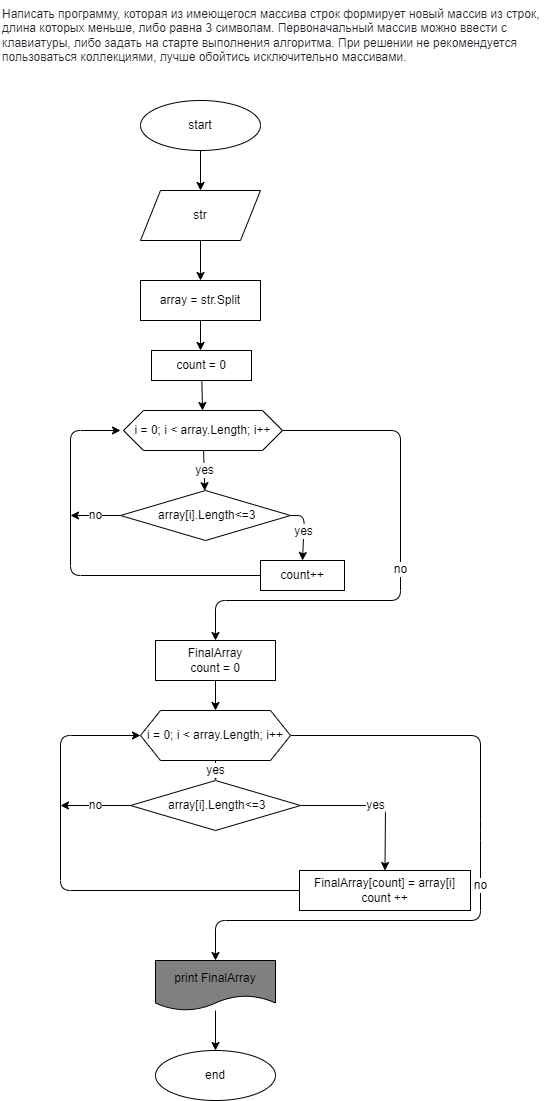
Above: diagram.drawio.png in nvk13sam/Project1 (draw.io), before the change. Source tidied: cells renumbered, new cells last; positions are measured from the earlier drawing's top-left corner, leaving out a move shared by most shapes.
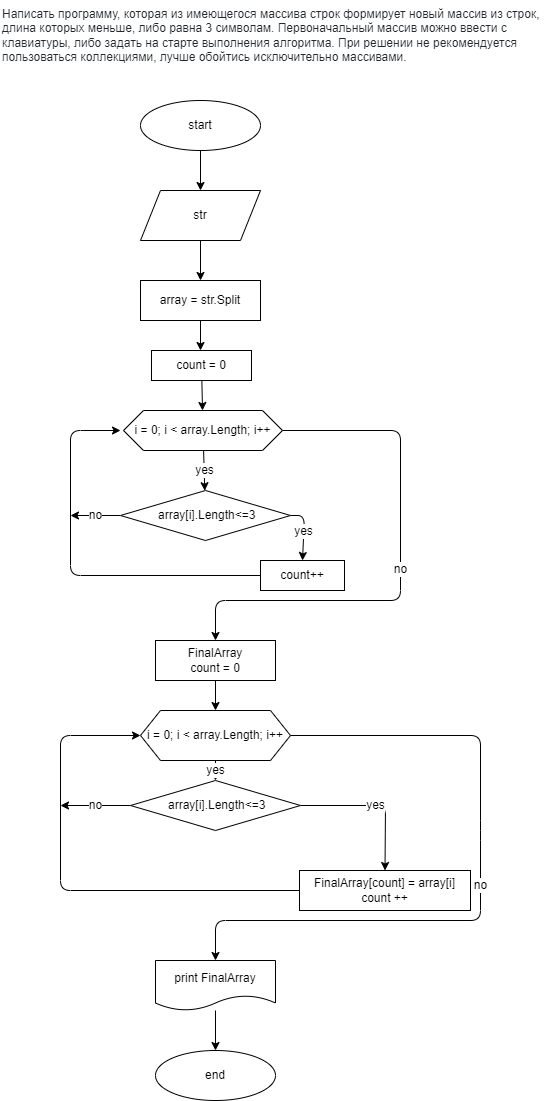
The same diagram one commit later.

Commit message:
add diagram correct

The edit, as a diff of the source:
```diff
@@ -130,7 +130,7 @@
     <mxCell id="29" style="edgeStyle=none;html=1;fontSize=12;" parent="1" edge="1" source="30" target="31">
       <mxGeometry relative="1" as="geometry" />
     </mxCell>
-    <mxCell id="30" value="print FinalArray" style="shape=document;whiteSpace=wrap;html=1;boundedLbl=1;fontSize=12;fillColor=#808080;" parent="1" vertex="1">
+    <mxCell id="30" value="print FinalArray" style="shape=document;whiteSpace=wrap;html=1;boundedLbl=1;fontSize=12;fillColor=#FFFFFF;" parent="1" vertex="1">
       <mxGeometry x="155" y="960" width="120" height="50" as="geometry" />
     </mxCell>
     <mxCell id="31" value="end" style="ellipse;whiteSpace=wrap;html=1;" parent="1" vertex="1">
```
